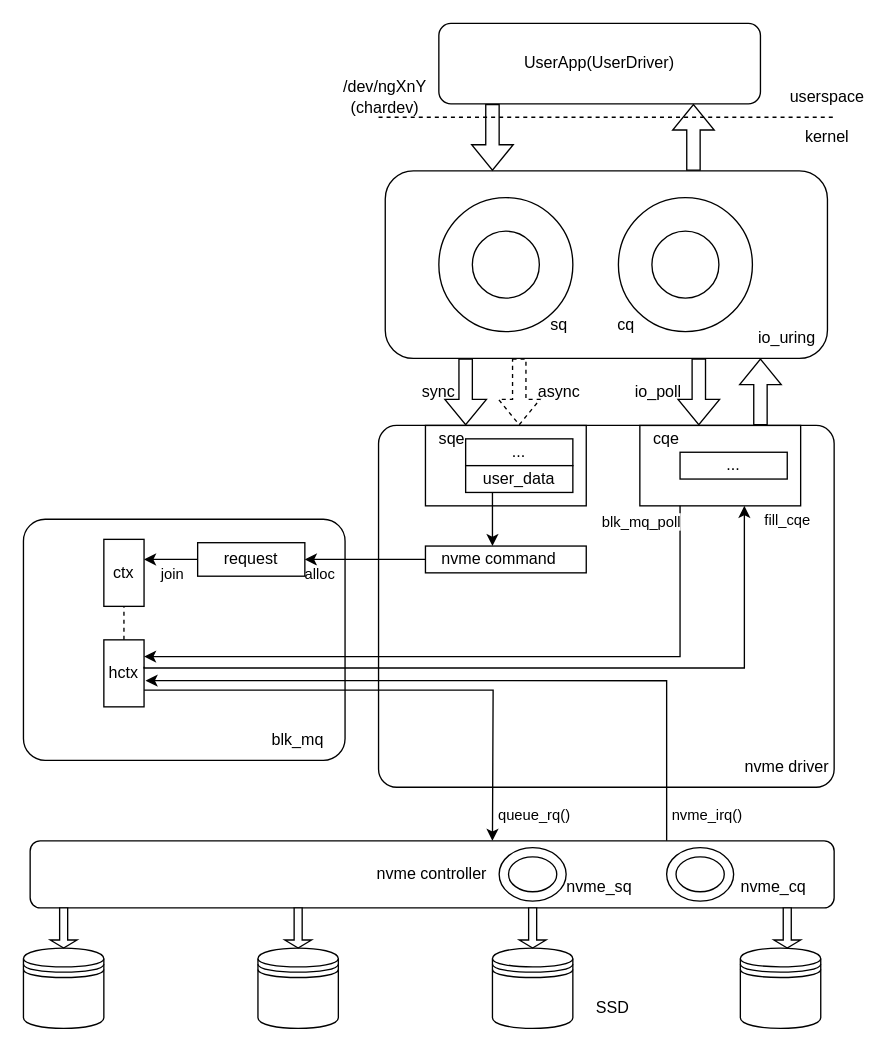
Earlier version of the draw.io diagram page "第 1 页" (1 of 9) of test1.drawio (jdmfr/dormouse). Source tidied: cells renumbered, new cells numbered last; positions are measured from the earlier drawing's top-left corner, leaving out a move shared by most shapes. Both pictures are drawn from the tidied source at 134%, with x=0, y=0 at pixel (23, 23).
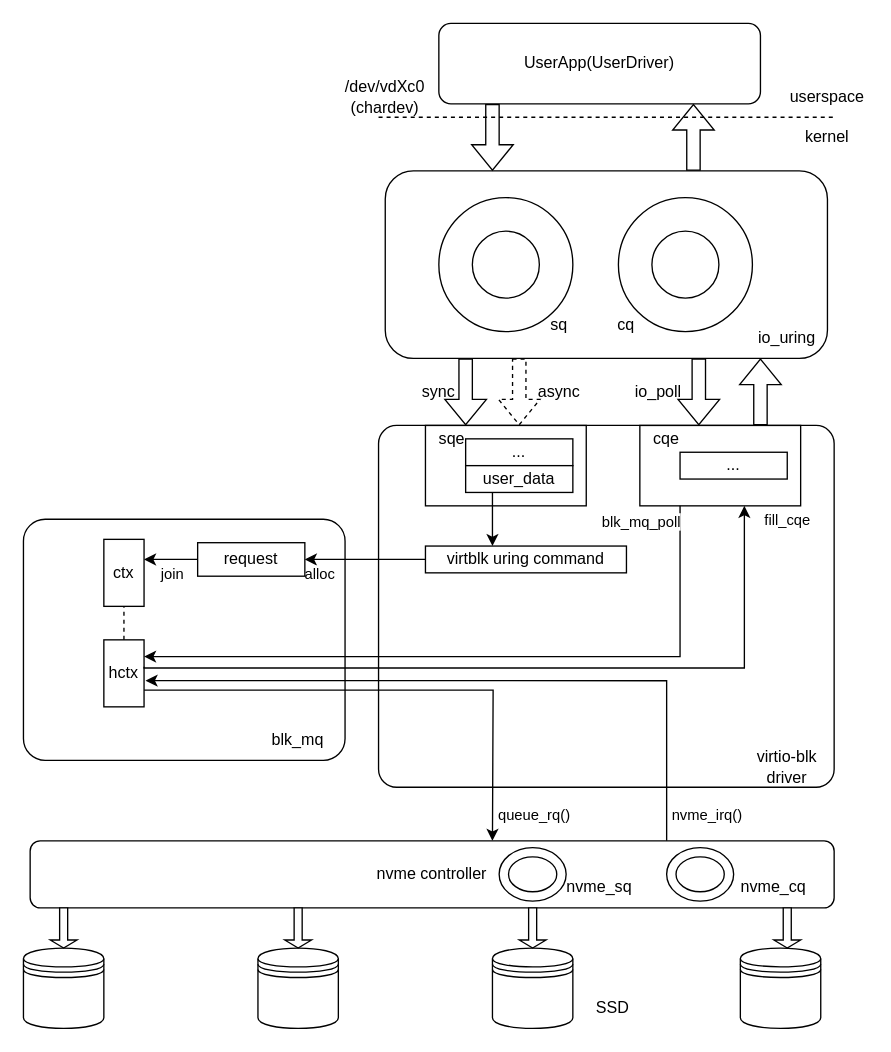
The same page after the edit.

What changed in the source:
```diff
@@
-    <mxCell id="13" value="/dev/ngXnY&lt;br&gt;(chardev)" style="text;html=1;strokeColor=none;fillColor=none;align=center;verticalAlign=middle;whiteSpace=wrap;rounded=0;" parent="1" vertex="1">
+    <mxCell id="13" value="/dev/vdXc0&lt;br&gt;(chardev)" style="text;html=1;strokeColor=none;fillColor=none;align=center;verticalAlign=middle;whiteSpace=wrap;rounded=0;" parent="1" vertex="1">
       <mxGeometry x="240" y="40" width="60" height="30" as="geometry" />
     </mxCell>
@@
-    <mxCell id="17" value="nvme driver" style="text;html=1;strokeColor=none;fillColor=none;align=center;verticalAlign=middle;whiteSpace=wrap;rounded=0;" parent="1" vertex="1">
+    <mxCell id="17" value="virtio-blk driver" style="text;html=1;strokeColor=none;fillColor=none;align=center;verticalAlign=middle;whiteSpace=wrap;rounded=0;" parent="1" vertex="1">
       <mxGeometry x="535" y="540" width="70" height="30" as="geometry" />
     </mxCell>
@@
     <mxCell id="26" style="rounded=0;whiteSpace=wrap;html=1;" parent="1" vertex="1">
-      <mxGeometry x="300" y="390" width="120" height="20" as="geometry" />
+      <mxGeometry x="300" y="390" width="150" height="20" as="geometry" />
     </mxCell>
-    <mxCell id="27" value="nvme command" style="text;html=1;strokeColor=none;fillColor=none;align=center;verticalAlign=middle;whiteSpace=wrap;rounded=0;" parent="1" vertex="1">
-      <mxGeometry x="310" y="390" width="90" height="20" as="geometry" />
+    <mxCell id="27" value="virtblk uring command" style="text;html=1;strokeColor=none;fillColor=none;align=center;verticalAlign=middle;whiteSpace=wrap;rounded=0;" parent="1" vertex="1">
+      <mxGeometry x="310" y="390" width="130" height="20" as="geometry" />
     </mxCell>
```
